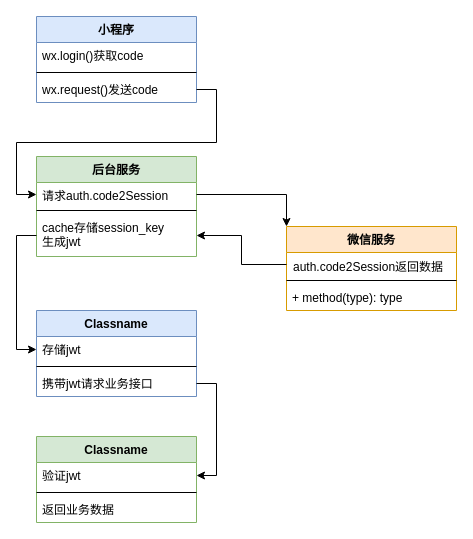
The draw.io diagram main/Untitled Diagram.drawio in myflvv/draw.io, before the edit. Source tidied: cells renumbered, new cells numbered last; positions are measured from the earlier drawing's top-left corner, leaving out a move shared by most shapes. Both pictures are drawn from the tidied source at 100%, with x=0, y=0 at pixel (36, 16).
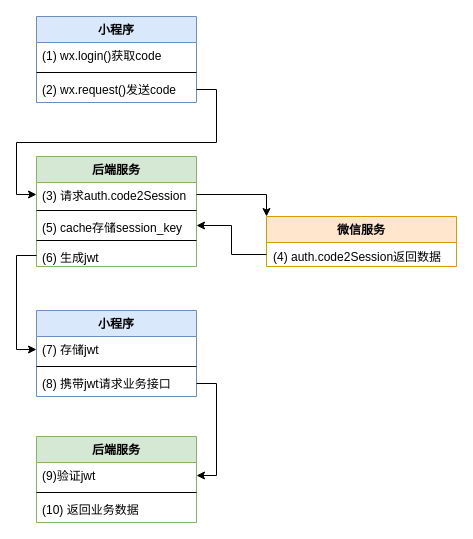
Above is the later version.

The change refers to these unchanged cells:
```xml
<mxCell id="2" value="小程序" style="swimlane;fontStyle=1;align=center;verticalAlign=top;horizontal=1;startSize=26;fillColor=#dae8fc;strokeColor=#6c8ebf;" parent="1" vertex="1">
  <mxGeometry width="160" height="86" as="geometry" />
</mxCell>
```

Change to the diagram source:
```diff
@@
-    <mxCell id="3" value="wx.login()获取code" style="text;strokeColor=none;fillColor=none;align=left;verticalAlign=top;spacingLeft=4;spacingRight=4;overflow=hidden;" parent="2" vertex="1">
+    <mxCell id="3" value="(1) wx.login()获取code" style="text;strokeColor=none;fillColor=none;align=left;verticalAlign=top;spacingLeft=4;spacingRight=4;overflow=hidden;fontStyle=0;" parent="2" vertex="1">
       <mxGeometry y="26" width="160" height="26" as="geometry" />
     </mxCell>
@@
-    <mxCell id="5" value="wx.request()发送code" style="text;strokeColor=none;fillColor=none;align=left;verticalAlign=top;spacingLeft=4;spacingRight=4;overflow=hidden;points=[[0,0.5],[1,0.5]];portConstraint=eastwest;" parent="2" vertex="1">
+    <mxCell id="5" value="(2) wx.request()发送code" style="text;strokeColor=none;fillColor=none;align=left;verticalAlign=top;spacingLeft=4;spacingRight=4;overflow=hidden;points=[[0,0.5],[1,0.5]];portConstraint=eastwest;" parent="2" vertex="1">
       <mxGeometry y="60" width="160" height="26" as="geometry" />
     </mxCell>
@@
-    <mxCell id="7" value="后台服务" style="swimlane;fontStyle=1;align=center;verticalAlign=top;horizontal=1;startSize=26;fillColor=#d5e8d4;strokeColor=#82b366;" parent="1" vertex="1">
-      <mxGeometry y="140" width="160" height="100" as="geometry" />
+    <mxCell id="7" value="后端服务" style="swimlane;fontStyle=1;align=center;verticalAlign=top;horizontal=1;startSize=26;fillColor=#d5e8d4;strokeColor=#82b366;" parent="1" vertex="1">
+      <mxGeometry y="140" width="160" height="110" as="geometry" />
     </mxCell>
-    <mxCell id="8" value="请求auth.code2Session" style="text;strokeColor=none;fillColor=none;align=left;verticalAlign=top;spacingLeft=4;spacingRight=4;overflow=hidden;points=[[0,0.5],[1,0.5]];portConstraint=eastwest;" parent="7" vertex="1">
+    <mxCell id="8" value="(3) 请求auth.code2Session" style="text;strokeColor=none;fillColor=none;align=left;verticalAlign=top;spacingLeft=4;spacingRight=4;overflow=hidden;points=[[0,0.5],[1,0.5]];portConstraint=eastwest;" parent="7" vertex="1">
       <mxGeometry y="26" width="160" height="24" as="geometry" />
     </mxCell>
@@
-    <mxCell id="10" value="cache存储session_key&#10;生成jwt" style="text;strokeColor=none;fillColor=none;align=left;verticalAlign=top;spacingLeft=4;spacingRight=4;overflow=hidden;points=[[0,0.5],[1,0.5]];portConstraint=eastwest;" parent="7" vertex="1">
-      <mxGeometry y="58" width="160" height="42" as="geometry" />
+    <mxCell id="10" value="(5) cache存储session_key" style="text;strokeColor=none;fillColor=none;align=left;verticalAlign=top;spacingLeft=4;spacingRight=4;overflow=hidden;points=[[0,0.5],[1,0.5]];portConstraint=eastwest;" parent="7" vertex="1">
+      <mxGeometry y="58" width="160" height="22" as="geometry" />
     </mxCell>
+    <mxCell id="27" style="line;strokeWidth=1;fillColor=none;align=left;verticalAlign=middle;spacingTop=-1;spacingLeft=3;spacingRight=3;labelPosition=right;" parent="7" vertex="1">
+      <mxGeometry y="80" width="160" height="8" as="geometry" />
+    </mxCell>
+    <mxCell id="28" value="(6) 生成jwt" style="text;strokeColor=none;fillColor=none;align=left;verticalAlign=top;spacingLeft=4;spacingRight=4;overflow=hidden;points=[[0,0.5],[1,0.5]];portConstraint=eastwest;" parent="7" vertex="1">
+      <mxGeometry y="88" width="160" height="22" as="geometry" />
+    </mxCell>
@@
     <mxCell id="12" value="微信服务" style="swimlane;fontStyle=1;align=center;verticalAlign=top;horizontal=1;startSize=26;fillColor=#ffe6cc;strokeColor=#d79b00;" parent="1" vertex="1">
-      <mxGeometry x="250" y="210" width="170" height="84" as="geometry" />
+      <mxGeometry x="230" y="200" width="190" height="50" as="geometry" />
     </mxCell>
-    <mxCell id="13" value="auth.code2Session返回数据" style="text;strokeColor=none;fillColor=none;align=left;verticalAlign=top;spacingLeft=4;spacingRight=4;overflow=hidden;points=[[0,0.5],[1,0.5]];portConstraint=eastwest;fontSize=12;spacing=3;rounded=0;glass=0;shadow=0;sketch=0;" parent="12" vertex="1">
-      <mxGeometry y="26" width="170" height="24" as="geometry" />
+    <mxCell id="13" value="(4) auth.code2Session返回数据" style="text;strokeColor=none;fillColor=none;align=left;verticalAlign=top;spacingLeft=4;spacingRight=4;overflow=hidden;points=[[0,0.5],[1,0.5]];portConstraint=eastwest;fontSize=12;spacing=3;rounded=0;glass=0;shadow=0;sketch=0;" parent="12" vertex="1">
+      <mxGeometry y="26" width="190" height="24" as="geometry" />
     </mxCell>
-    <mxCell id="14" style="line;strokeWidth=1;fillColor=none;align=left;verticalAlign=middle;spacingTop=-1;spacingLeft=3;spacingRight=3;labelPosition=right;" parent="12" vertex="1">
-      <mxGeometry y="50" width="170" height="8" as="geometry" />
-    </mxCell>
-    <mxCell id="15" value="+ method(type): type" style="text;strokeColor=none;fillColor=none;align=left;verticalAlign=top;spacingLeft=4;spacingRight=4;overflow=hidden;" parent="12" vertex="1">
-      <mxGeometry y="58" width="170" height="26" as="geometry" />
-    </mxCell>
@@
-    <mxCell id="17" value="Classname" style="swimlane;fontStyle=1;align=center;verticalAlign=top;horizontal=1;startSize=26;rounded=0;shadow=0;glass=0;sketch=0;fontSize=12;strokeColor=#6c8ebf;fillColor=#dae8fc;html=0;" parent="1" vertex="1">
+    <mxCell id="17" value="小程序" style="swimlane;fontStyle=1;align=center;verticalAlign=top;horizontal=1;startSize=26;rounded=0;shadow=0;glass=0;sketch=0;fontSize=12;strokeColor=#6c8ebf;fillColor=#dae8fc;html=0;" parent="1" vertex="1">
       <mxGeometry y="294" width="160" height="86" as="geometry" />
     </mxCell>
-    <mxCell id="18" value="存储jwt" style="text;strokeColor=none;fillColor=none;align=left;verticalAlign=top;spacingLeft=4;spacingRight=4;overflow=hidden;points=[[0,0.5],[1,0.5]];portConstraint=eastwest;" parent="17" vertex="1">
+    <mxCell id="18" value="(7) 存储jwt" style="text;strokeColor=none;fillColor=none;align=left;verticalAlign=top;spacingLeft=4;spacingRight=4;overflow=hidden;points=[[0,0.5],[1,0.5]];portConstraint=eastwest;" parent="17" vertex="1">
       <mxGeometry y="26" width="160" height="26" as="geometry" />
     </mxCell>
@@
-    <mxCell id="20" value="携带jwt请求业务接口" style="text;strokeColor=none;fillColor=none;align=left;verticalAlign=top;spacingLeft=4;spacingRight=4;overflow=hidden;points=[[0,0.5],[1,0.5]];portConstraint=eastwest;" parent="17" vertex="1">
+    <mxCell id="20" value="(8) 携带jwt请求业务接口" style="text;strokeColor=none;fillColor=none;align=left;verticalAlign=top;spacingLeft=4;spacingRight=4;overflow=hidden;points=[[0,0.5],[1,0.5]];portConstraint=eastwest;" parent="17" vertex="1">
       <mxGeometry y="60" width="160" height="26" as="geometry" />
     </mxCell>
-    <mxCell id="21" style="edgeStyle=orthogonalEdgeStyle;rounded=0;jettySize=auto;html=1;exitX=0;exitY=0.5;exitDx=0;exitDy=0;entryX=0;entryY=0.5;entryDx=0;entryDy=0;fontSize=12;startSize=26;" parent="1" edge="1" source="10" target="18">
+    <mxCell id="21" style="edgeStyle=orthogonalEdgeStyle;rounded=0;jettySize=auto;html=1;exitX=0;exitY=0.5;exitDx=0;exitDy=0;entryX=0;entryY=0.5;entryDx=0;entryDy=0;fontSize=12;startSize=26;" parent="1" edge="1" source="28" target="18">
       <mxGeometry relative="1" as="geometry" />
     </mxCell>
-    <mxCell id="22" value="Classname" style="swimlane;fontStyle=1;align=center;verticalAlign=top;horizontal=1;startSize=26;rounded=0;shadow=0;glass=0;sketch=0;fontSize=12;strokeColor=#82b366;fillColor=#d5e8d4;html=0;" parent="1" vertex="1">
+    <mxCell id="22" value="后端服务" style="swimlane;fontStyle=1;align=center;verticalAlign=top;horizontal=1;startSize=26;rounded=0;shadow=0;glass=0;sketch=0;fontSize=12;strokeColor=#82b366;fillColor=#d5e8d4;html=0;" parent="1" vertex="1">
       <mxGeometry y="420" width="160" height="86" as="geometry" />
     </mxCell>
-    <mxCell id="23" value="验证jwt" style="text;strokeColor=none;fillColor=none;align=left;verticalAlign=top;spacingLeft=4;spacingRight=4;overflow=hidden;points=[[0,0.5],[1,0.5]];portConstraint=eastwest;" parent="22" vertex="1">
+    <mxCell id="23" value="(9)验证jwt" style="text;strokeColor=none;fillColor=none;align=left;verticalAlign=top;spacingLeft=4;spacingRight=4;overflow=hidden;points=[[0,0.5],[1,0.5]];portConstraint=eastwest;" parent="22" vertex="1">
       <mxGeometry y="26" width="160" height="26" as="geometry" />
     </mxCell>
@@
-    <mxCell id="25" value="返回业务数据" style="text;strokeColor=none;fillColor=none;align=left;verticalAlign=top;spacingLeft=4;spacingRight=4;overflow=hidden;" parent="22" vertex="1">
+    <mxCell id="25" value="(10) 返回业务数据" style="text;strokeColor=none;fillColor=none;align=left;verticalAlign=top;spacingLeft=4;spacingRight=4;overflow=hidden;" parent="22" vertex="1">
       <mxGeometry y="60" width="160" height="26" as="geometry" />
     </mxCell>
```
